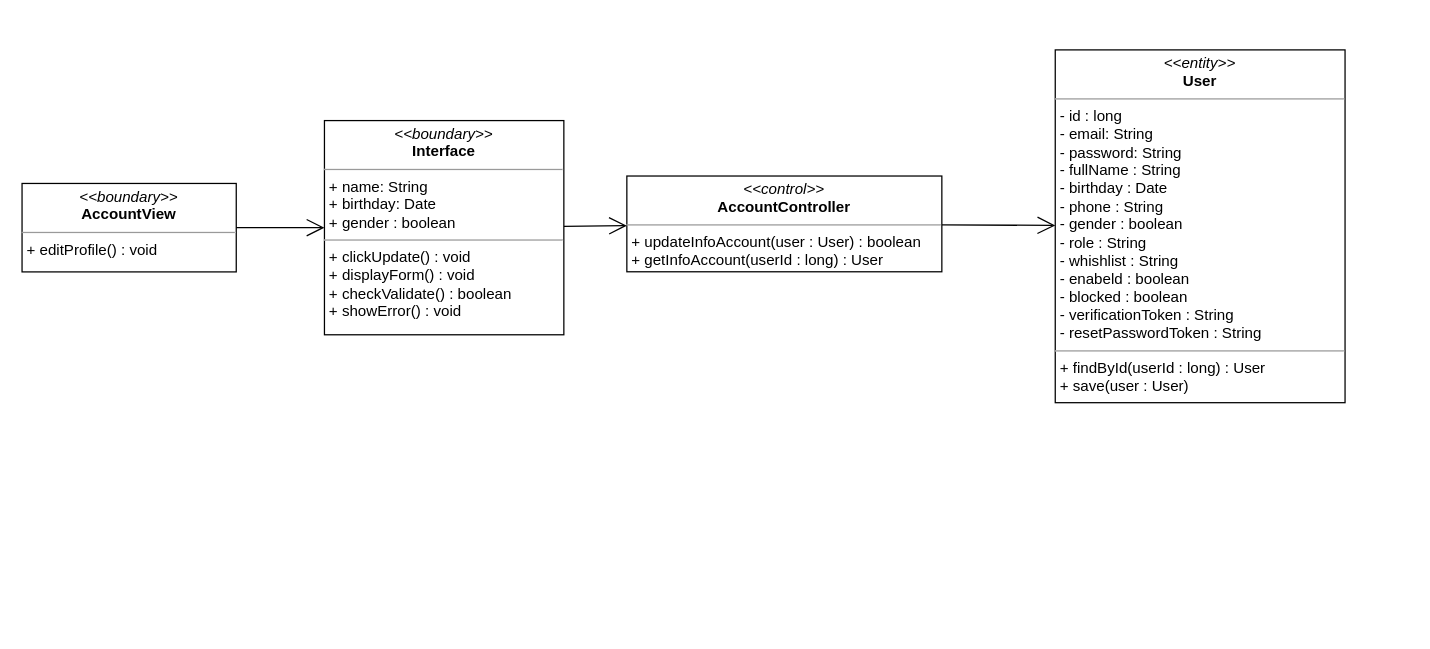
This is class diagram/update-info-account-class-diagram.drawio from nguyenphamvan/datn_20202, a draw.io file, before an edit. Source tidied: cells renumbered, new cells numbered last; positions are measured from the earlier drawing's top-left corner, leaving out a move shared by most shapes. Both pictures are drawn from the tidied source at 126%, with x=0, y=0 at pixel (21, 49).
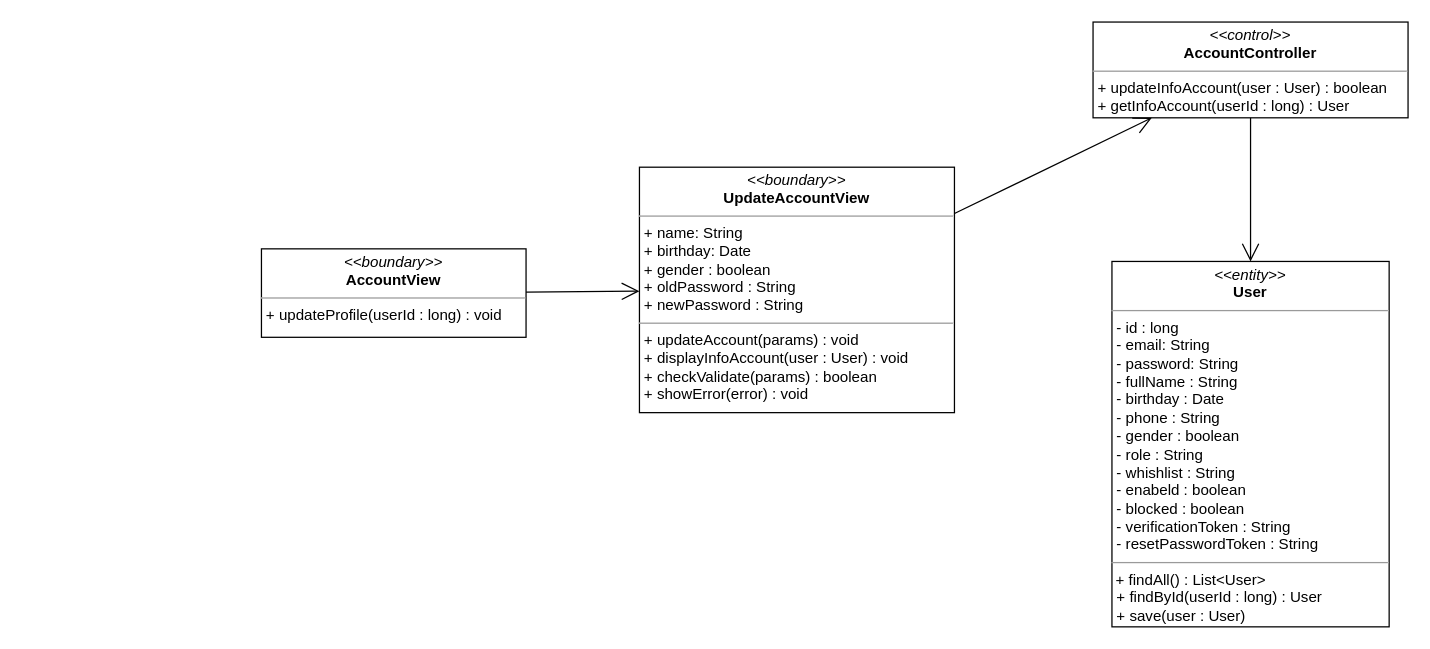
The same page after the edit.

Change to the diagram source:
```diff
@@
 <mxGraphModel>
   <root>
     <mxCell id="0" />
     <mxCell id="1" parent="0" />
-    <mxCell id="2" value="&lt;p style=&quot;margin: 0px ; margin-top: 4px ; text-align: center&quot;&gt;&lt;i&gt;&amp;lt;&amp;lt;entity&amp;gt;&amp;gt;&lt;/i&gt;&lt;br&gt;&lt;b&gt;User&lt;/b&gt;&lt;/p&gt;&lt;hr size=&quot;1&quot;&gt;&lt;p style=&quot;margin: 0px ; margin-left: 4px&quot;&gt;- id : long&lt;/p&gt;&lt;p style=&quot;margin: 0px ; margin-left: 4px&quot;&gt;- email: String&lt;br&gt;- password: String&lt;/p&gt;&lt;p style=&quot;margin: 0px ; margin-left: 4px&quot;&gt;- fullName : String&lt;/p&gt;&lt;p style=&quot;margin: 0px ; margin-left: 4px&quot;&gt;- birthday : Date&lt;/p&gt;&lt;p style=&quot;margin: 0px ; margin-left: 4px&quot;&gt;- phone : String&lt;/p&gt;&lt;p style=&quot;margin: 0px ; margin-left: 4px&quot;&gt;- gender : boolean&lt;/p&gt;&lt;p style=&quot;margin: 0px ; margin-left: 4px&quot;&gt;- role : String&lt;/p&gt;&lt;p style=&quot;margin: 0px ; margin-left: 4px&quot;&gt;- whishlist : String&lt;/p&gt;&lt;p style=&quot;margin: 0px ; margin-left: 4px&quot;&gt;- enabeld : boolean&lt;/p&gt;&lt;p style=&quot;margin: 0px ; margin-left: 4px&quot;&gt;- blocked : boolean&lt;/p&gt;&lt;p style=&quot;margin: 0px ; margin-left: 4px&quot;&gt;- verificationToken : String&lt;/p&gt;&lt;p style=&quot;margin: 0px ; margin-left: 4px&quot;&gt;- resetPasswordToken : String&lt;/p&gt;&lt;hr size=&quot;1&quot;&gt;&lt;p style=&quot;margin: 0px ; margin-left: 4px&quot;&gt;+ findById(userId : long) : User&lt;/p&gt;&lt;p style=&quot;margin: 0px ; margin-left: 4px&quot;&gt;+ save(user : User)&lt;/p&gt;" style="verticalAlign=top;align=left;overflow=fill;fontSize=12;fontFamily=Helvetica;html=1;" parent="1" vertex="1">
-      <mxGeometry x="820" y="0.1" width="230" height="280" as="geometry" />
+    <mxCell id="2" value="&lt;p style=&quot;margin: 0px ; margin-top: 4px ; text-align: center&quot;&gt;&lt;i&gt;&amp;lt;&amp;lt;entity&amp;gt;&amp;gt;&lt;/i&gt;&lt;br&gt;&lt;b&gt;User&lt;/b&gt;&lt;/p&gt;&lt;hr size=&quot;1&quot;&gt;&lt;p style=&quot;margin: 0px ; margin-left: 4px&quot;&gt;- id : long&lt;/p&gt;&lt;p style=&quot;margin: 0px ; margin-left: 4px&quot;&gt;- email: String&lt;br&gt;- password: String&lt;/p&gt;&lt;p style=&quot;margin: 0px ; margin-left: 4px&quot;&gt;- fullName : String&lt;/p&gt;&lt;p style=&quot;margin: 0px ; margin-left: 4px&quot;&gt;- birthday : Date&lt;/p&gt;&lt;p style=&quot;margin: 0px ; margin-left: 4px&quot;&gt;- phone : String&lt;/p&gt;&lt;p style=&quot;margin: 0px ; margin-left: 4px&quot;&gt;- gender : boolean&lt;/p&gt;&lt;p style=&quot;margin: 0px ; margin-left: 4px&quot;&gt;- role : String&lt;/p&gt;&lt;p style=&quot;margin: 0px ; margin-left: 4px&quot;&gt;- whishlist : String&lt;/p&gt;&lt;p style=&quot;margin: 0px ; margin-left: 4px&quot;&gt;- enabeld : boolean&lt;/p&gt;&lt;p style=&quot;margin: 0px ; margin-left: 4px&quot;&gt;- blocked : boolean&lt;/p&gt;&lt;p style=&quot;margin: 0px ; margin-left: 4px&quot;&gt;- verificationToken : String&lt;/p&gt;&lt;p style=&quot;margin: 0px ; margin-left: 4px&quot;&gt;- resetPasswordToken : String&lt;/p&gt;&lt;hr size=&quot;1&quot;&gt;&amp;nbsp;+ findAll() : List&amp;lt;User&amp;gt;&lt;p style=&quot;margin: 0px ; margin-left: 4px&quot;&gt;+ findById(userId : long) : User&lt;/p&gt;&lt;p style=&quot;margin: 0px ; margin-left: 4px&quot;&gt;+ save(user : User)&lt;/p&gt;" style="verticalAlign=top;align=left;overflow=fill;fontSize=12;fontFamily=Helvetica;html=1;" parent="1" vertex="1">
+      <mxGeometry x="865" y="168" width="220" height="290" as="geometry" />
     </mxCell>
     <mxCell id="3" value="&lt;p style=&quot;margin: 0px ; margin-top: 4px ; text-align: center&quot;&gt;&lt;i&gt;&amp;lt;&amp;lt;control&amp;gt;&amp;gt;&lt;/i&gt;&lt;br&gt;&lt;b&gt;AccountController&lt;/b&gt;&lt;br&gt;&lt;/p&gt;&lt;hr size=&quot;1&quot;&gt;&lt;p style=&quot;margin: 0px ; margin-left: 4px&quot;&gt;&lt;/p&gt;&lt;p style=&quot;margin: 0px ; margin-left: 4px&quot;&gt;+ updateInfoAccount(user : User) : boolean&lt;br&gt;&lt;/p&gt;&lt;p style=&quot;margin: 0px ; margin-left: 4px&quot;&gt;+ getInfoAccount(userId : long) : User&lt;/p&gt;" style="verticalAlign=top;align=left;overflow=fill;fontSize=12;fontFamily=Helvetica;html=1;" parent="1" vertex="1">
-      <mxGeometry x="480" y="100.2" width="250" height="76" as="geometry" />
+      <mxGeometry x="850" y="-22" width="250" height="76" as="geometry" />
     </mxCell>
     <mxCell id="4" style="endArrow=open;endFill=1;endSize=12;html=1;" parent="1" edge="1" source="8" target="3">
       <mxGeometry relative="1" as="geometry" />
     </mxCell>
     <mxCell id="5" style="endArrow=open;endFill=1;endSize=12;html=1;strokeColor=#000000;" parent="1" edge="1" source="3" target="2">
       <mxGeometry relative="1" as="geometry" />
     </mxCell>
-    <mxCell id="6" value="&lt;p style=&quot;margin: 0px ; margin-top: 4px ; text-align: center&quot;&gt;&lt;i&gt;&amp;lt;&amp;lt;boundary&amp;gt;&amp;gt;&lt;/i&gt;&lt;br&gt;&lt;b&gt;AccountView&lt;/b&gt;&lt;/p&gt;&lt;hr size=&quot;1&quot;&gt;&lt;p style=&quot;margin: 0px ; margin-left: 4px&quot;&gt;&lt;span&gt;+ editProfile() : void&lt;/span&gt;&lt;/p&gt;" style="verticalAlign=top;align=left;overflow=fill;fontSize=12;fontFamily=Helvetica;html=1;" parent="1" vertex="1">
-      <mxGeometry y="106.1" width="170" height="70.2" as="geometry" />
+    <mxCell id="6" value="&lt;p style=&quot;margin: 0px ; margin-top: 4px ; text-align: center&quot;&gt;&lt;i&gt;&amp;lt;&amp;lt;boundary&amp;gt;&amp;gt;&lt;/i&gt;&lt;br&gt;&lt;b&gt;AccountView&lt;/b&gt;&lt;/p&gt;&lt;hr size=&quot;1&quot;&gt;&lt;p style=&quot;margin: 0px ; margin-left: 4px&quot;&gt;&lt;span&gt;+ updateProfile(userId : long) : void&lt;/span&gt;&lt;/p&gt;" style="verticalAlign=top;align=left;overflow=fill;fontSize=12;fontFamily=Helvetica;html=1;" parent="1" vertex="1">
+      <mxGeometry x="190" y="158" width="210" height="70.2" as="geometry" />
     </mxCell>
+    <mxCell id="8" value="&lt;p style=&quot;margin: 0px ; margin-top: 4px ; text-align: center&quot;&gt;&lt;i&gt;&amp;lt;&amp;lt;boundary&amp;gt;&amp;gt;&lt;/i&gt;&lt;br&gt;&lt;b&gt;UpdateAccountView&lt;/b&gt;&lt;/p&gt;&lt;hr size=&quot;1&quot;&gt;&lt;p style=&quot;margin: 0px ; margin-left: 4px&quot;&gt;+ name: String&lt;br&gt;+ birthday: Date&lt;/p&gt;&lt;p style=&quot;margin: 0px ; margin-left: 4px&quot;&gt;+ gender : boolean&lt;/p&gt;&lt;p style=&quot;margin: 0px ; margin-left: 4px&quot;&gt;+ oldPassword : String&lt;/p&gt;&lt;p style=&quot;margin: 0px ; margin-left: 4px&quot;&gt;+ newPassword : String&lt;/p&gt;&lt;hr size=&quot;1&quot;&gt;&lt;p style=&quot;margin: 0px 0px 0px 4px&quot;&gt;+ updateAccount(params) : void&lt;/p&gt;&lt;p style=&quot;margin: 0px 0px 0px 4px&quot;&gt;+ displayInfoAccount(user : User) : void&lt;/p&gt;&lt;p style=&quot;margin: 0px 0px 0px 4px&quot;&gt;+ checkValidate(params) : boolean&lt;/p&gt;&lt;p style=&quot;margin: 0px 0px 0px 4px&quot;&gt;+ showError(error) : void&lt;/p&gt;" style="verticalAlign=top;align=left;overflow=fill;fontSize=12;fontFamily=Helvetica;html=1;" parent="1" vertex="1">
+      <mxGeometry x="490" y="93.2" width="250" height="194.8" as="geometry" />
+    </mxCell>
     <mxCell id="7" style="endArrow=open;endFill=1;endSize=12;html=1;" parent="1" edge="1" source="6" target="8">
       <mxGeometry relative="1" as="geometry" />
     </mxCell>
-    <mxCell id="8" value="&lt;p style=&quot;margin: 0px ; margin-top: 4px ; text-align: center&quot;&gt;&lt;i&gt;&amp;lt;&amp;lt;boundary&amp;gt;&amp;gt;&lt;/i&gt;&lt;br&gt;&lt;b&gt;Interface&lt;/b&gt;&lt;/p&gt;&lt;hr size=&quot;1&quot;&gt;&lt;p style=&quot;margin: 0px ; margin-left: 4px&quot;&gt;+ name: String&lt;br&gt;+ birthday: Date&lt;/p&gt;&lt;p style=&quot;margin: 0px ; margin-left: 4px&quot;&gt;+ gender : boolean&lt;/p&gt;&lt;hr size=&quot;1&quot;&gt;&lt;p style=&quot;margin: 0px 0px 0px 4px&quot;&gt;+ clickUpdate() : void&lt;/p&gt;&lt;p style=&quot;margin: 0px 0px 0px 4px&quot;&gt;+ displayForm() : void&lt;/p&gt;&lt;p style=&quot;margin: 0px 0px 0px 4px&quot;&gt;+ checkValidate() : boolean&lt;/p&gt;&lt;p style=&quot;margin: 0px 0px 0px 4px&quot;&gt;+ showError() : void&lt;/p&gt;" style="verticalAlign=top;align=left;overflow=fill;fontSize=12;fontFamily=Helvetica;html=1;" parent="1" vertex="1">
-      <mxGeometry x="240" y="56.2" width="190" height="170" as="geometry" />
-    </mxCell>
   </root>
 </mxGraphModel>
```
